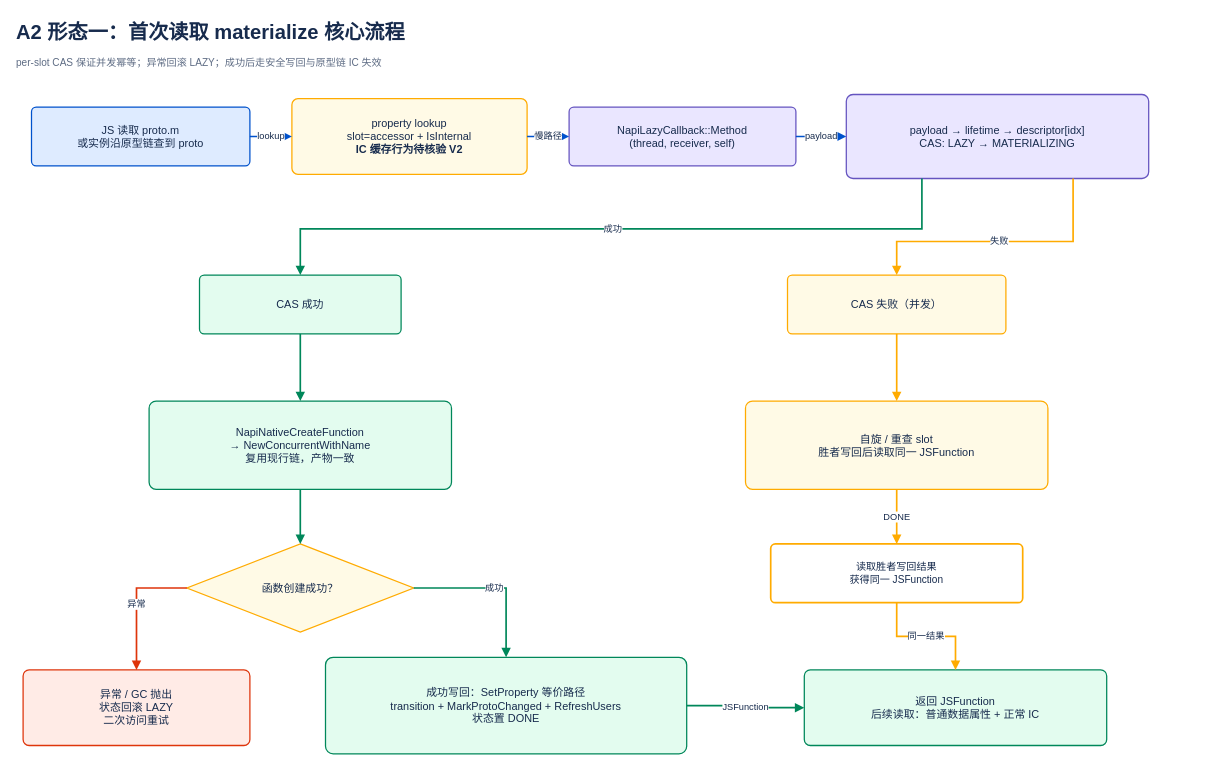
Earlier version of the draw.io diagram hidden-class-comparison/detailed-proposals/native-interop-lazy-binding/napi-lazy-binding-materialize-flow.drawio (xuanjiazhen/invest). Source tidied: cells renumbered, new cells numbered last; positions are measured from the earlier drawing's top-left corner, leaving out a move shared by most shapes. Both pictures are drawn from the tidied source at 84%, with x=0, y=0 at pixel (14, 14).
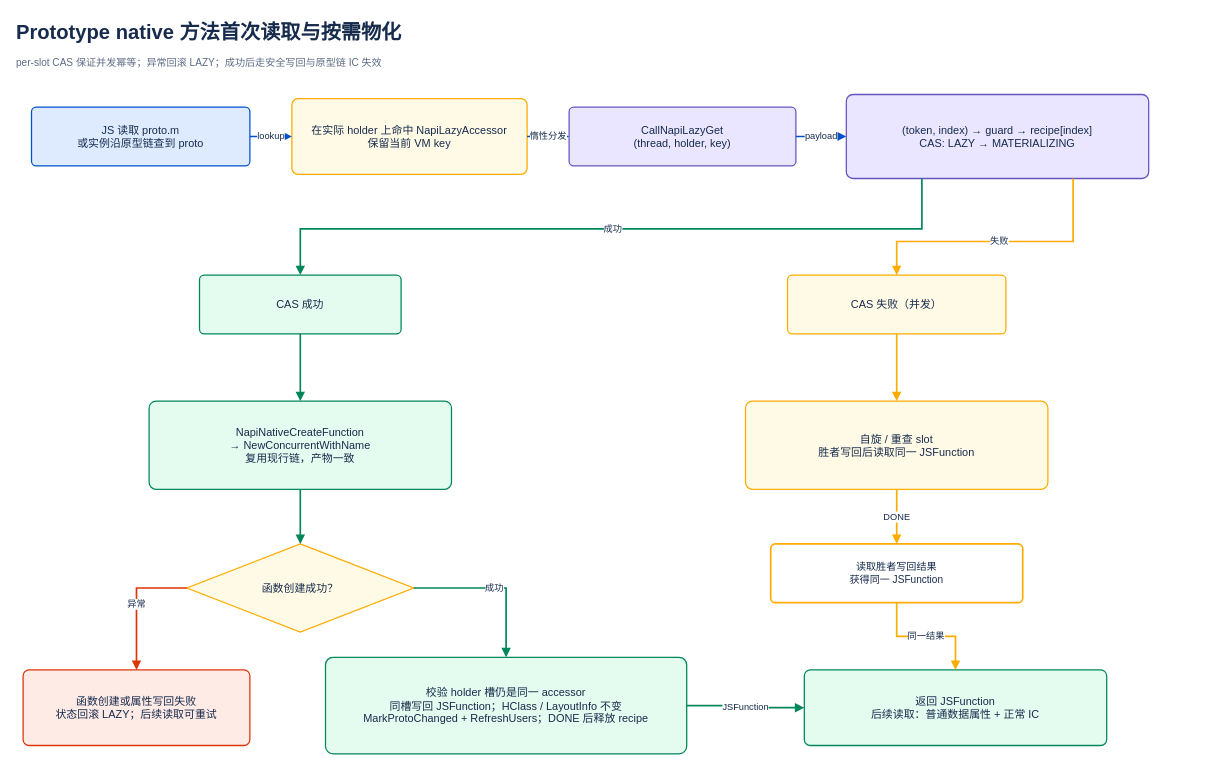
Above is the later version.

Diff of the diagram source:
```diff
@@
-    <mxCell id="2" value="A2 形态一：首次读取 materialize 核心流程" style="text;html=1;strokeColor=none;fillColor=none;align=left;verticalAlign=middle;fontSize=24;fontStyle=1;fontColor=#172B4D;whiteSpace=wrap;" parent="1" vertex="1">
+    <mxCell id="2" value="Prototype native 方法首次读取与按需物化" style="text;html=1;strokeColor=none;fillColor=none;align=left;verticalAlign=middle;fontSize=24;fontStyle=1;fontColor=#172B4D;whiteSpace=wrap;" parent="1" vertex="1">
       <mxGeometry width="1420" height="42" as="geometry" />
     </mxCell>
@@
-    <mxCell id="5" value="property lookup&lt;br&gt;slot=accessor + IsInternal&lt;br&gt;&lt;b&gt;IC 缓存行为待核验 V2&lt;/b&gt;" style="rounded=1;arcSize=8;whiteSpace=wrap;html=1;align=center;verticalAlign=middle;fontSize=13;spacing=8;fillColor=#FFFAE6;strokeColor=#FFAB00;strokeWidth=1.5;fontColor=#172B4D;" parent="1" vertex="1">
+    <mxCell id="5" value="在实际 holder 上命中 NapiLazyAccessor&lt;div&gt;保留当前 VM key&lt;/div&gt;" style="rounded=1;arcSize=8;whiteSpace=wrap;html=1;align=center;verticalAlign=middle;fontSize=13;spacing=8;fillColor=#FFFAE6;strokeColor=#FFAB00;strokeWidth=1.5;fontColor=#172B4D;" parent="1" vertex="1">
       <mxGeometry x="330" y="100" width="280" height="90" as="geometry" />
     </mxCell>
-    <mxCell id="6" value="NapiLazyCallback::Method&lt;br&gt;(thread, receiver, self)" style="rounded=1;arcSize=8;whiteSpace=wrap;html=1;align=center;verticalAlign=middle;fontSize=13;spacing=8;fillColor=#EAE6FF;strokeColor=#6554C0;strokeWidth=1.5;fontColor=#172B4D;" parent="1" vertex="1">
+    <mxCell id="6" value="CallNapiLazyGet&lt;br&gt;(thread, holder, key)" style="rounded=1;arcSize=8;whiteSpace=wrap;html=1;align=center;verticalAlign=middle;fontSize=13;spacing=8;fillColor=#EAE6FF;strokeColor=#6554C0;strokeWidth=1.5;fontColor=#172B4D;" parent="1" vertex="1">
       <mxGeometry x="660" y="110" width="270" height="70" as="geometry" />
     </mxCell>
-    <mxCell id="7" value="payload → lifetime → descriptor[idx]&lt;br&gt;CAS: LAZY → MATERIALIZING" style="rounded=1;arcSize=8;whiteSpace=wrap;html=1;align=center;verticalAlign=middle;fontSize=13;spacing=8;fillColor=#EAE6FF;strokeColor=#6554C0;strokeWidth=1.5;fontColor=#172B4D;" parent="1" vertex="1">
+    <mxCell id="7" value="(token, index) → guard → recipe[index]&lt;br&gt;CAS: LAZY → MATERIALIZING" style="rounded=1;arcSize=8;whiteSpace=wrap;html=1;align=center;verticalAlign=middle;fontSize=13;spacing=8;fillColor=#EAE6FF;strokeColor=#6554C0;strokeWidth=1.5;fontColor=#172B4D;" parent="1" vertex="1">
       <mxGeometry x="990" y="95" width="360" height="100" as="geometry" />
     </mxCell>
@@
-    <mxCell id="9" value="慢路径" style="edgeStyle=orthogonalEdgeStyle;rounded=0;jettySize=auto;html=1;strokeColor=#0052CC;strokeWidth=2;endArrow=block;endFill=1;fontSize=11;fontColor=#172B4D;labelBackgroundColor=#FFFFFF;exitX=1;exitY=0.5;entryX=0;entryY=0.5;" parent="1" edge="1" source="5" target="6">
+    <mxCell id="9" value="惰性分发" style="edgeStyle=orthogonalEdgeStyle;rounded=0;jettySize=auto;html=1;strokeColor=#0052CC;strokeWidth=2;endArrow=block;endFill=1;fontSize=11;fontColor=#172B4D;labelBackgroundColor=#FFFFFF;exitX=1;exitY=0.5;entryX=0;entryY=0.5;" parent="1" edge="1" source="5" target="6">
       <mxGeometry relative="1" as="geometry" />
     </mxCell>
@@
-    <mxCell id="21" value="异常 / GC 抛出&lt;br&gt;状态回滚 LAZY&lt;br&gt;二次访问重试" style="rounded=1;arcSize=8;whiteSpace=wrap;html=1;align=center;verticalAlign=middle;fontSize=13;spacing=8;fillColor=#FFEBE6;strokeColor=#DE350B;strokeWidth=1.5;fontColor=#172B4D;" parent="1" vertex="1">
+    <mxCell id="21" value="函数创建或属性写回失败&lt;div&gt;状态回滚 LAZY；后续读取可重试&lt;/div&gt;" style="rounded=1;arcSize=8;whiteSpace=wrap;html=1;align=center;verticalAlign=middle;fontSize=13;spacing=8;fillColor=#FFEBE6;strokeColor=#DE350B;strokeWidth=1.5;fontColor=#172B4D;" parent="1" vertex="1">
       <mxGeometry x="10" y="780" width="270" height="90" as="geometry" />
     </mxCell>
-    <mxCell id="22" value="成功写回：SetProperty 等价路径&lt;br&gt;transition + MarkProtoChanged + RefreshUsers&lt;br&gt;状态置 DONE" style="rounded=1;arcSize=8;whiteSpace=wrap;html=1;align=center;verticalAlign=middle;fontSize=13;spacing=8;fillColor=#E3FCEF;strokeColor=#00875A;strokeWidth=1.5;fontColor=#172B4D;" parent="1" vertex="1">
+    <mxCell id="22" value="校验 holder 槽仍是同一 accessor&lt;div&gt;同槽写回 JSFunction；HClass / LayoutInfo 不变&lt;/div&gt;&lt;div&gt;MarkProtoChanged + RefreshUsers；DONE 后释放 recipe&lt;/div&gt;" style="rounded=1;arcSize=8;whiteSpace=wrap;html=1;align=center;verticalAlign=middle;fontSize=13;spacing=8;fillColor=#E3FCEF;strokeColor=#00875A;strokeWidth=1.5;fontColor=#172B4D;" parent="1" vertex="1">
       <mxGeometry x="370" y="765" width="430" height="115" as="geometry" />
     </mxCell>
```
